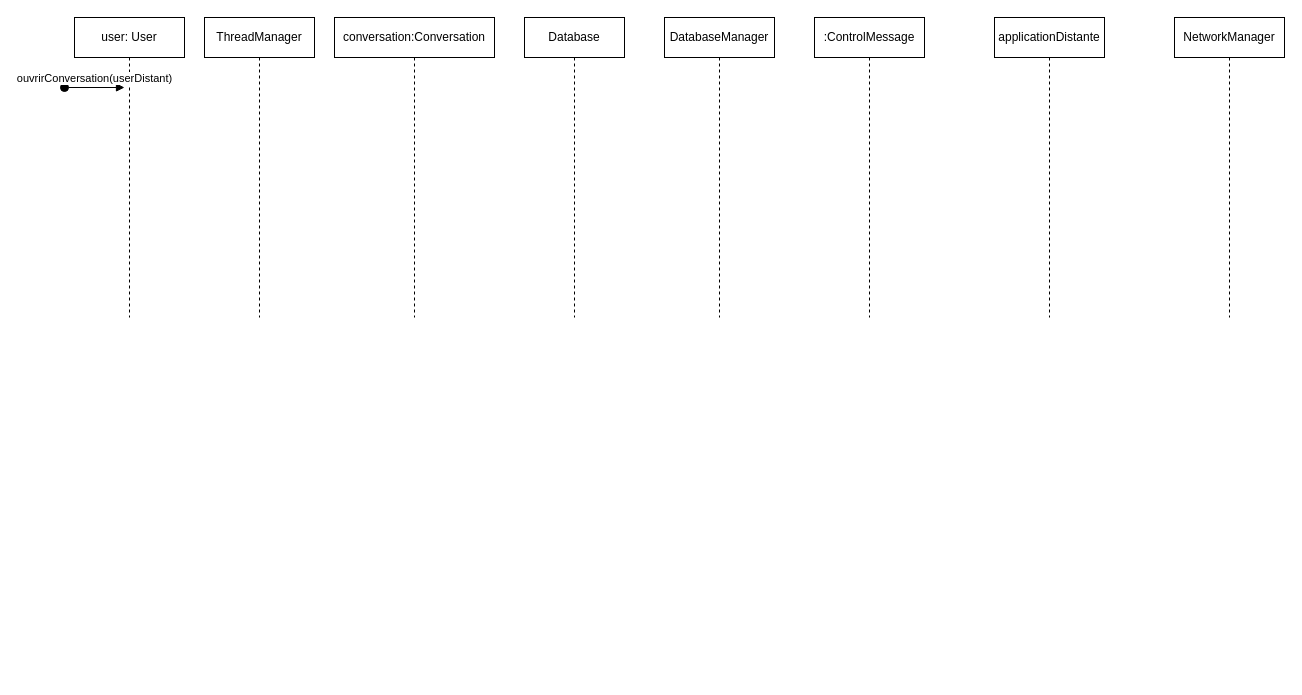
Above: Projet/UML/versions modifiables/Diagrama sin título.drawio in Newglear/UF_projet_java (draw.io), before the change. Source tidied: cells renumbered, new cells numbered last; positions are measured from the earlier drawing's top-left corner, leaving out a move shared by most shapes. Both pictures are drawn from the tidied source at 100%, with x=0, y=0 at pixel (64, 17).
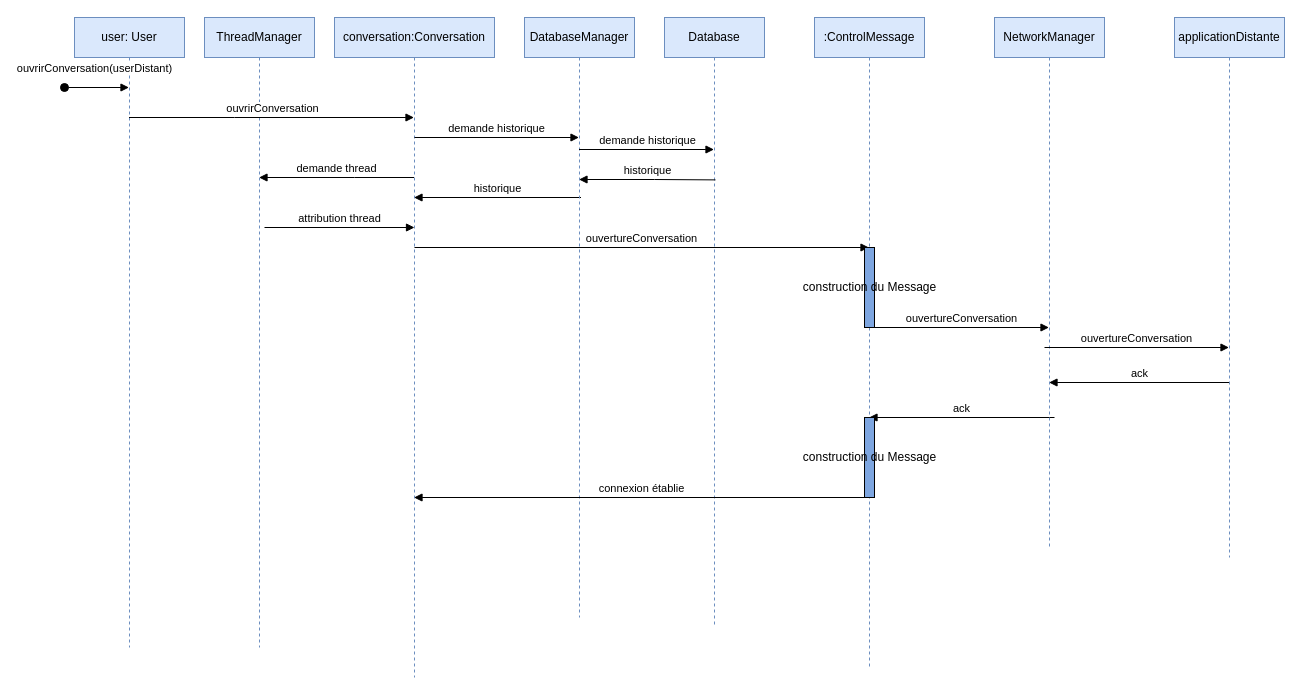
The same page after the edit.

Diff of the diagram source:
```diff
@@
-    <mxCell id="2" value="conversation:Conversation" style="shape=umlLifeline;perimeter=lifelinePerimeter;whiteSpace=wrap;html=1;outlineConnect=0;" parent="1" vertex="1">
-      <mxGeometry x="270" width="160" height="300" as="geometry" />
+    <mxCell id="2" value="conversation:Conversation" style="shape=umlLifeline;perimeter=lifelinePerimeter;whiteSpace=wrap;html=1;outlineConnect=0;fillColor=#dae8fc;strokeColor=#6c8ebf;" parent="1" vertex="1">
+      <mxGeometry x="270" width="160" height="660" as="geometry" />
     </mxCell>
+    <mxCell id="11" value="demande historique" style="html=1;verticalAlign=bottom;endArrow=block;rounded=0;" parent="2" edge="1" target="4">
+      <mxGeometry relative="1" as="geometry">
+        <mxPoint x="80" y="120" as="sourcePoint" />
+      </mxGeometry>
+    </mxCell>
+    <mxCell id="12" value="historique" style="html=1;verticalAlign=bottom;endArrow=block;rounded=0;exitX=0.51;exitY=0.54;exitDx=0;exitDy=0;exitPerimeter=0;" parent="2" edge="1" target="2">
+      <mxGeometry relative="1" as="geometry">
+        <mxPoint x="246.5" y="180" as="sourcePoint" />
+      </mxGeometry>
+    </mxCell>
+    <mxCell id="13" value="ouvertureConversation" style="html=1;verticalAlign=bottom;endArrow=block;rounded=0;" parent="2" edge="1" target="5">
+      <mxGeometry relative="1" as="geometry">
+        <mxPoint x="80" y="230" as="sourcePoint" />
+      </mxGeometry>
+    </mxCell>
-    <mxCell id="3" value="Database" style="shape=umlLifeline;perimeter=lifelinePerimeter;whiteSpace=wrap;html=1;" parent="1" vertex="1">
-      <mxGeometry x="460" width="100" height="300" as="geometry" />
+    <mxCell id="3" value="Database" style="shape=umlLifeline;perimeter=lifelinePerimeter;whiteSpace=wrap;html=1;fillColor=#dae8fc;strokeColor=#6c8ebf;" parent="1" vertex="1">
+      <mxGeometry x="600" width="100" height="610" as="geometry" />
     </mxCell>
-    <mxCell id="4" value="DatabaseManager" style="shape=umlLifeline;perimeter=lifelinePerimeter;whiteSpace=wrap;html=1;outlineConnect=0;" parent="1" vertex="1">
-      <mxGeometry x="600" width="110" height="300" as="geometry" />
+    <mxCell id="4" value="DatabaseManager" style="shape=umlLifeline;perimeter=lifelinePerimeter;whiteSpace=wrap;html=1;outlineConnect=0;fillColor=#dae8fc;strokeColor=#6c8ebf;" parent="1" vertex="1">
+      <mxGeometry x="460" width="110" height="600" as="geometry" />
     </mxCell>
-    <mxCell id="5" value=":ControlMessage" style="shape=umlLifeline;perimeter=lifelinePerimeter;whiteSpace=wrap;html=1;outlineConnect=0;" parent="1" vertex="1">
-      <mxGeometry x="750" width="110" height="300" as="geometry" />
+    <mxCell id="5" value=":ControlMessage" style="shape=umlLifeline;perimeter=lifelinePerimeter;whiteSpace=wrap;html=1;outlineConnect=0;fillColor=#dae8fc;strokeColor=#6c8ebf;" parent="1" vertex="1">
+      <mxGeometry x="750" width="110" height="650" as="geometry" />
     </mxCell>
+    <mxCell id="14" value="construction du Message" style="html=1;perimeter=orthogonalPerimeter;fillColor=#7EA6E0;" parent="5" vertex="1">
+      <mxGeometry x="50" y="230" width="10" height="80" as="geometry" />
+    </mxCell>
+    <mxCell id="15" value="ack" style="html=1;verticalAlign=bottom;endArrow=block;rounded=0;" parent="5" edge="1" target="5">
+      <mxGeometry relative="1" as="geometry">
+        <mxPoint x="240" y="400" as="sourcePoint" />
+      </mxGeometry>
+    </mxCell>
+    <mxCell id="16" value="construction du Message" style="html=1;points=[];perimeter=orthogonalPerimeter;fillColor=#7EA6E0;" parent="5" vertex="1">
+      <mxGeometry x="50" y="400" width="10" height="80" as="geometry" />
+    </mxCell>
-    <mxCell id="6" value="NetworkManager" style="shape=umlLifeline;perimeter=lifelinePerimeter;whiteSpace=wrap;html=1;outlineConnect=0;" parent="1" vertex="1">
-      <mxGeometry x="1110" width="110" height="300" as="geometry" />
+    <mxCell id="6" value="NetworkManager" style="shape=umlLifeline;perimeter=lifelinePerimeter;whiteSpace=wrap;html=1;outlineConnect=0;fillColor=#dae8fc;strokeColor=#6c8ebf;" parent="1" vertex="1">
+      <mxGeometry x="930" width="110" height="530" as="geometry" />
     </mxCell>
-    <mxCell id="7" value="ThreadManager" style="shape=umlLifeline;perimeter=lifelinePerimeter;whiteSpace=wrap;html=1;outlineConnect=0;" parent="1" vertex="1">
-      <mxGeometry x="140" width="110" height="300" as="geometry" />
+    <mxCell id="7" value="ThreadManager" style="shape=umlLifeline;perimeter=lifelinePerimeter;whiteSpace=wrap;html=1;outlineConnect=0;fillColor=#dae8fc;strokeColor=#6c8ebf;" parent="1" vertex="1">
+      <mxGeometry x="140" width="110" height="630" as="geometry" />
     </mxCell>
+    <mxCell id="17" value="attribution thread" style="html=1;verticalAlign=bottom;endArrow=block;rounded=0;" parent="7" edge="1">
+      <mxGeometry relative="1" as="geometry">
+        <mxPoint x="60" y="210" as="sourcePoint" />
+        <mxPoint x="210" y="210" as="targetPoint" />
+      </mxGeometry>
+    </mxCell>
-    <mxCell id="8" value="applicationDistante" style="shape=umlLifeline;perimeter=lifelinePerimeter;whiteSpace=wrap;html=1;outlineConnect=0;" parent="1" vertex="1">
-      <mxGeometry x="930" width="110" height="300" as="geometry" />
+    <mxCell id="8" value="applicationDistante" style="shape=umlLifeline;perimeter=lifelinePerimeter;whiteSpace=wrap;html=1;outlineConnect=0;fillColor=#dae8fc;strokeColor=#6c8ebf;" parent="1" vertex="1">
+      <mxGeometry x="1110" width="110" height="540" as="geometry" />
     </mxCell>
-    <mxCell id="9" value="user: User" style="shape=umlLifeline;perimeter=lifelinePerimeter;whiteSpace=wrap;html=1;outlineConnect=0;" parent="1" vertex="1">
-      <mxGeometry x="10" width="110" height="300" as="geometry" />
+    <mxCell id="9" value="user: User" style="shape=umlLifeline;perimeter=lifelinePerimeter;whiteSpace=wrap;html=1;outlineConnect=0;fillColor=#dae8fc;strokeColor=#6c8ebf;" parent="1" vertex="1">
+      <mxGeometry x="10" width="110" height="630" as="geometry" />
     </mxCell>
-    <mxCell id="10" value="ouvrirConversation(userDistant)" style="html=1;verticalAlign=bottom;startArrow=oval;startFill=1;endArrow=block;startSize=8;rounded=0;" parent="9" edge="1">
-      <mxGeometry relative="1" as="geometry">
+    <mxCell id="10" value="ouvrirConversation(userDistant)" style="html=1;verticalAlign=bottom;startArrow=oval;startFill=1;endArrow=block;startSize=8;rounded=0;" parent="9" edge="1" target="9">
+      <mxGeometry x="-0.07" y="10" relative="1" as="geometry">
         <mxPoint x="-10" y="70" as="sourcePoint" />
-        <mxPoint x="50" y="70" as="targetPoint" />
       </mxGeometry>
     </mxCell>
+    <mxCell id="18" value="ouvrirConversation" style="html=1;verticalAlign=bottom;endArrow=block;rounded=0;" parent="1" edge="1" source="9" target="2">
+      <mxGeometry relative="1" as="geometry">
+        <Array as="points">
+          <mxPoint x="170" y="100" />
+        </Array>
+      </mxGeometry>
+    </mxCell>
+    <mxCell id="19" value="demande historique" style="html=1;verticalAlign=bottom;endArrow=block;rounded=0;" parent="1" edge="1" source="4">
+      <mxGeometry relative="1" as="geometry">
+        <mxPoint x="649.5" y="132" as="targetPoint" />
+      </mxGeometry>
+    </mxCell>
+    <mxCell id="20" value="historique" style="html=1;verticalAlign=bottom;endArrow=block;rounded=0;exitX=0.51;exitY=0.54;exitDx=0;exitDy=0;exitPerimeter=0;" parent="1" edge="1">
+      <mxGeometry relative="1" as="geometry">
+        <mxPoint x="651" y="162.4" as="sourcePoint" />
+        <mxPoint x="514.5" y="162" as="targetPoint" />
+        <Array as="points">
+          <mxPoint x="590" y="162" />
+        </Array>
+      </mxGeometry>
+    </mxCell>
+    <mxCell id="21" value="&lt;div&gt;demande thread&lt;/div&gt;" style="html=1;verticalAlign=bottom;endArrow=block;rounded=0;" parent="1" edge="1" source="2" target="7">
+      <mxGeometry relative="1" as="geometry">
+        <Array as="points">
+          <mxPoint x="290" y="160" />
+        </Array>
+      </mxGeometry>
+    </mxCell>
+    <mxCell id="22" value="ouvertureConversation" style="html=1;verticalAlign=bottom;endArrow=block;rounded=0;" parent="1" edge="1" target="6">
+      <mxGeometry relative="1" as="geometry">
+        <mxPoint x="810" y="310" as="sourcePoint" />
+      </mxGeometry>
+    </mxCell>
+    <mxCell id="23" value="ouvertureConversation" style="html=1;verticalAlign=bottom;endArrow=block;rounded=0;" parent="1" edge="1" target="8">
+      <mxGeometry relative="1" as="geometry">
+        <mxPoint x="980" y="330" as="sourcePoint" />
+      </mxGeometry>
+    </mxCell>
+    <mxCell id="24" value="ack" style="html=1;verticalAlign=bottom;endArrow=block;rounded=0;" parent="1" edge="1">
+      <mxGeometry relative="1" as="geometry">
+        <mxPoint x="1164.5" y="365" as="sourcePoint" />
+        <mxPoint x="984.5" y="365" as="targetPoint" />
+      </mxGeometry>
+    </mxCell>
+    <mxCell id="25" value="connexion établie" style="html=1;verticalAlign=bottom;endArrow=block;rounded=0;exitX=0.5;exitY=1;exitDx=0;exitDy=0;exitPerimeter=0;" parent="1" edge="1" source="16" target="2">
+      <mxGeometry relative="1" as="geometry" />
+    </mxCell>
```
